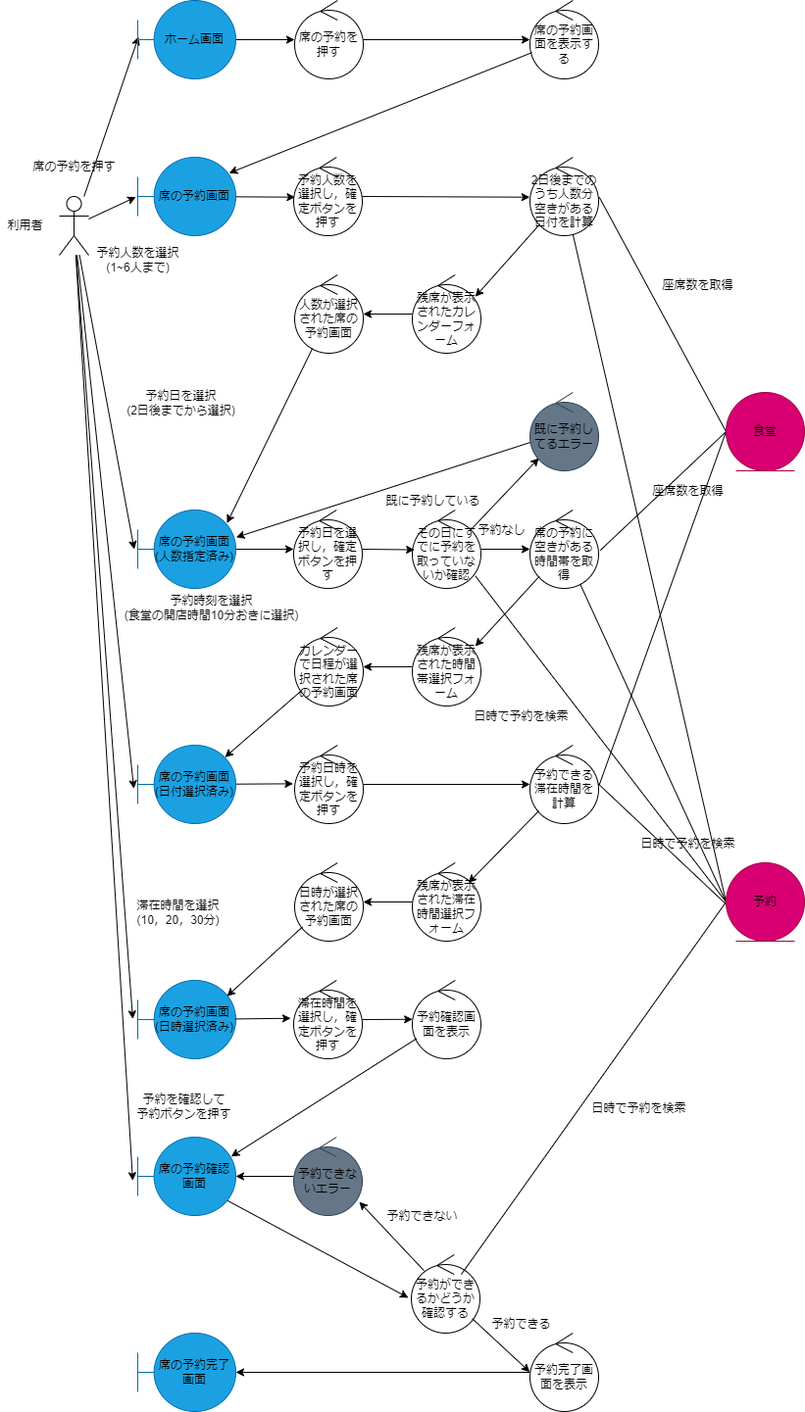
10matcho27/Avengers keeps this draw.io diagram as CaptainLunch/anarysis/img/robustness_user_reservation.png. Above is the earlier version. Source tidied: cells renumbered, new cells last; positions are measured from the earlier drawing's top-left corner, leaving out a move shared by most shapes.
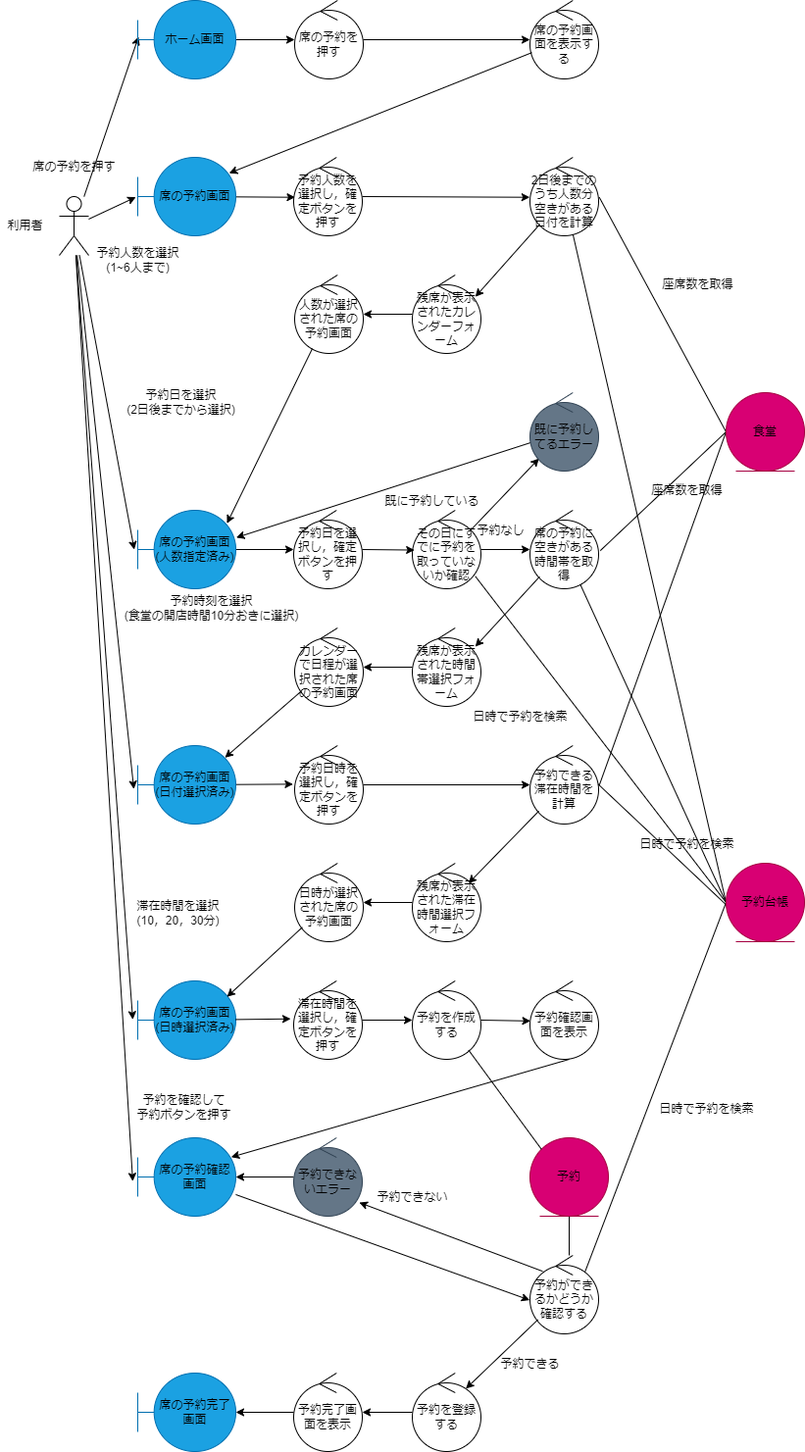
Above is the later version.

What changed in the source:
```diff
@@ -77,10 +77,10 @@
     <mxCell id="24" style="edgeStyle=none;shape=connector;curved=1;rounded=1;html=1;exitX=0;exitY=0.5;exitDx=0;exitDy=0;entryX=0.918;entryY=0.841;entryDx=0;entryDy=0;entryPerimeter=0;labelBackgroundColor=none;fontFamily=Helvetica;fontSize=12;fontColor=#000000;endArrow=none;endFill=0;strokeColor=#000000;" parent="1" edge="1" source="26" target="87">
       <mxGeometry relative="1" as="geometry" />
     </mxCell>
-    <mxCell id="25" style="edgeStyle=none;shape=connector;curved=1;rounded=1;html=1;exitX=0;exitY=0.5;exitDx=0;exitDy=0;entryX=0.729;entryY=0.25;entryDx=0;entryDy=0;entryPerimeter=0;labelBackgroundColor=none;fontFamily=Helvetica;fontSize=12;fontColor=#000000;endArrow=none;endFill=0;strokeColor=#000000;" parent="1" edge="1" source="26" target="64">
+    <mxCell id="25" style="edgeStyle=none;shape=connector;curved=1;rounded=1;html=1;exitX=0;exitY=0.5;exitDx=0;exitDy=0;entryX=0.806;entryY=0.201;entryDx=0;entryDy=0;entryPerimeter=0;labelBackgroundColor=none;fontFamily=Helvetica;fontSize=12;fontColor=#000000;endArrow=none;endFill=0;strokeColor=#000000;" parent="1" edge="1" source="26" target="64">
       <mxGeometry relative="1" as="geometry" />
     </mxCell>
-    <mxCell id="26" value="&lt;font color=&quot;#000000&quot;&gt;予約&lt;/font&gt;" style="ellipse;shape=umlEntity;whiteSpace=wrap;html=1;fontFamily=Helvetica;fontSize=12;fontColor=#ffffff;strokeColor=#A50040;fillColor=#d80073;" parent="1" vertex="1">
+    <mxCell id="26" value="&lt;font color=&quot;#000000&quot;&gt;予約台帳&lt;/font&gt;" style="ellipse;shape=umlEntity;whiteSpace=wrap;html=1;fontFamily=Helvetica;fontSize=12;fontColor=#ffffff;strokeColor=#A50040;fillColor=#d80073;" parent="1" vertex="1">
       <mxGeometry x="740" y="880" width="80" height="80" as="geometry" />
     </mxCell>
     <mxCell id="27" style="edgeStyle=none;shape=connector;curved=1;rounded=1;html=1;entryX=0.021;entryY=0.509;entryDx=0;entryDy=0;entryPerimeter=0;labelBackgroundColor=none;fontFamily=Helvetica;fontSize=12;fontColor=#000000;endArrow=classic;endFill=1;strokeColor=#000000;" parent="1" edge="1" source="28" target="77">
@@ -184,7 +184,7 @@
     <mxCell id="59" value="日時で予約を検索" style="edgeLabel;html=1;align=center;verticalAlign=middle;fontSize=12;fontFamily=Helvetica;fontColor=#000000;labelBackgroundColor=none;" parent="1" vertex="1">
       <mxGeometry x="700" y="860" as="geometry" />
     </mxCell>
-    <mxCell id="60" style="edgeStyle=none;shape=connector;curved=1;rounded=1;html=1;entryX=-0.044;entryY=0.549;entryDx=0;entryDy=0;entryPerimeter=0;labelBackgroundColor=none;fontFamily=Helvetica;fontSize=12;fontColor=#000000;endArrow=classic;endFill=1;strokeColor=#000000;exitX=0.911;exitY=0.807;exitDx=0;exitDy=0;exitPerimeter=0;" parent="1" edge="1" source="61" target="64">
+    <mxCell id="60" style="edgeStyle=none;shape=connector;curved=1;rounded=1;html=1;entryX=-0.004;entryY=0.57;entryDx=0;entryDy=0;entryPerimeter=0;labelBackgroundColor=none;fontFamily=Helvetica;fontSize=12;fontColor=#000000;endArrow=classic;endFill=1;strokeColor=#000000;" parent="1" edge="1" source="61" target="64">
       <mxGeometry relative="1" as="geometry" />
     </mxCell>
     <mxCell id="61" value="&lt;font color=&quot;#000000&quot;&gt;席の予約確認画面&lt;br&gt;&lt;/font&gt;" style="shape=umlBoundary;whiteSpace=wrap;html=1;fillColor=#1ba1e2;fontColor=#ffffff;strokeColor=#006EAF;" parent="1" vertex="1">
@@ -193,11 +193,11 @@
     <mxCell id="62" style="edgeStyle=none;shape=connector;curved=1;rounded=1;html=1;entryX=0.956;entryY=0.826;entryDx=0;entryDy=0;entryPerimeter=0;labelBackgroundColor=none;fontFamily=Helvetica;fontSize=12;fontColor=#000000;endArrow=classic;endFill=1;strokeColor=#000000;exitX=0.184;exitY=0.202;exitDx=0;exitDy=0;exitPerimeter=0;" parent="1" edge="1" source="64" target="66">
       <mxGeometry relative="1" as="geometry" />
     </mxCell>
-    <mxCell id="63" style="edgeStyle=none;shape=connector;curved=1;rounded=1;html=1;entryX=-0.003;entryY=0.496;entryDx=0;entryDy=0;entryPerimeter=0;labelBackgroundColor=none;fontFamily=Helvetica;fontSize=12;fontColor=#000000;endArrow=classic;endFill=1;strokeColor=#000000;" parent="1" edge="1" source="64" target="72">
-      <mxGeometry relative="1" as="geometry" />
-    </mxCell>
+    <mxCell id="92" style="edgeStyle=none;shape=connector;curved=1;rounded=1;html=1;entryX=0.78;entryY=0.199;entryDx=0;entryDy=0;entryPerimeter=0;labelBackgroundColor=none;fontFamily=Helvetica;fontSize=12;fontColor=#000000;endArrow=classic;endFill=1;strokeColor=#000000;" parent="1" edge="1" source="64" target="99">
+      <mxGeometry relative="1" as="geometry" />
+    </mxCell>
     <mxCell id="64" value="予約ができるかどうか確認する" style="ellipse;shape=umlControl;whiteSpace=wrap;html=1;labelBackgroundColor=none;fontFamily=Helvetica;fontSize=12;fontColor=#000000;fillColor=none;gradientColor=none;strokeColor=#000000;" parent="1" vertex="1">
-      <mxGeometry x="419" y="1280" width="70" height="80" as="geometry" />
+      <mxGeometry x="540" y="1280" width="70" height="80" as="geometry" />
     </mxCell>
     <mxCell id="65" style="edgeStyle=none;shape=connector;curved=1;rounded=1;html=1;labelBackgroundColor=none;fontFamily=Helvetica;fontSize=12;fontColor=#000000;endArrow=classic;endFill=1;strokeColor=#000000;" parent="1" edge="1" source="66" target="61">
       <mxGeometry relative="1" as="geometry" />
@@ -206,13 +206,13 @@
       <mxGeometry x="299" y="1160" width="70" height="80" as="geometry" />
     </mxCell>
     <mxCell id="67" value="予約できない" style="edgeLabel;html=1;align=center;verticalAlign=middle;fontSize=12;fontFamily=Helvetica;fontColor=#000000;labelBackgroundColor=none;" parent="1" vertex="1">
-      <mxGeometry x="429" y="1240" as="geometry" />
+      <mxGeometry x="420" y="1220" as="geometry" />
     </mxCell>
-    <mxCell id="68" style="edgeStyle=none;shape=connector;curved=1;rounded=1;html=1;entryX=0.953;entryY=0.247;entryDx=0;entryDy=0;entryPerimeter=0;labelBackgroundColor=none;fontFamily=Helvetica;fontSize=12;fontColor=#000000;endArrow=classic;endFill=1;strokeColor=#000000;" parent="1" edge="1" source="69" target="61">
+    <mxCell id="68" style="edgeStyle=none;shape=connector;curved=1;rounded=1;html=1;entryX=0.953;entryY=0.247;entryDx=0;entryDy=0;entryPerimeter=0;labelBackgroundColor=none;fontFamily=Helvetica;fontSize=12;fontColor=#000000;endArrow=classic;endFill=1;strokeColor=#000000;exitX=0.571;exitY=1;exitDx=0;exitDy=0;exitPerimeter=0;" parent="1" edge="1" source="69" target="61">
       <mxGeometry relative="1" as="geometry" />
     </mxCell>
     <mxCell id="69" value="予約確認画面を表示" style="ellipse;shape=umlControl;whiteSpace=wrap;html=1;labelBackgroundColor=none;fontFamily=Helvetica;fontSize=12;fontColor=#000000;fillColor=none;gradientColor=none;strokeColor=#000000;" parent="1" vertex="1">
-      <mxGeometry x="420" y="1000" width="70" height="80" as="geometry" />
+      <mxGeometry x="540" y="1000" width="70" height="80" as="geometry" />
     </mxCell>
     <mxCell id="70" value="予約を確認して&lt;br&gt;予約ボタンを押す" style="edgeLabel;html=1;align=center;verticalAlign=middle;fontSize=12;fontFamily=Helvetica;fontColor=#000000;labelBackgroundColor=none;" parent="1" vertex="1">
       <mxGeometry x="200" y="1130" as="geometry">
@@ -223,16 +223,16 @@
       <mxGeometry relative="1" as="geometry" />
     </mxCell>
     <mxCell id="72" value="予約完了画面を表示" style="ellipse;shape=umlControl;whiteSpace=wrap;html=1;labelBackgroundColor=none;fontFamily=Helvetica;fontSize=12;fontColor=#000000;fillColor=none;gradientColor=none;strokeColor=#000000;" parent="1" vertex="1">
-      <mxGeometry x="540" y="1360" width="70" height="80" as="geometry" />
+      <mxGeometry x="299" y="1400" width="70" height="80" as="geometry" />
     </mxCell>
     <mxCell id="73" value="予約できる" style="edgeLabel;html=1;align=center;verticalAlign=middle;fontSize=12;fontFamily=Helvetica;fontColor=#000000;labelBackgroundColor=none;" parent="1" vertex="1">
-      <mxGeometry x="530" y="1350" as="geometry" />
+      <mxGeometry x="540" y="1390" as="geometry" />
     </mxCell>
     <mxCell id="74" value="&lt;font color=&quot;#000000&quot;&gt;席の予約完了画面&lt;br&gt;&lt;/font&gt;" style="shape=umlBoundary;whiteSpace=wrap;html=1;fillColor=#1ba1e2;fontColor=#ffffff;strokeColor=#006EAF;" parent="1" vertex="1">
-      <mxGeometry x="140" y="1360" width="100" height="80" as="geometry" />
+      <mxGeometry x="140" y="1400" width="100" height="80" as="geometry" />
     </mxCell>
     <mxCell id="75" value="日時で予約を検索" style="edgeLabel;html=1;align=center;verticalAlign=middle;fontSize=12;fontFamily=Helvetica;fontColor=#000000;labelBackgroundColor=none;" parent="1" vertex="1">
-      <mxGeometry x="650" y="1130" as="geometry" />
+      <mxGeometry x="720" y="1130" as="geometry" />
     </mxCell>
     <mxCell id="76" style="edgeStyle=none;shape=connector;curved=1;rounded=1;html=1;entryX=-0.003;entryY=0.509;entryDx=0;entryDy=0;entryPerimeter=0;labelBackgroundColor=none;fontFamily=Helvetica;fontSize=12;fontColor=#000000;endArrow=classic;endFill=1;strokeColor=#000000;" parent="1" edge="1" source="77" target="47">
       <mxGeometry relative="1" as="geometry" />
@@ -252,7 +252,7 @@
     <mxCell id="81" value="予約日時を選択し，確定ボタンを押す" style="ellipse;shape=umlControl;whiteSpace=wrap;html=1;fontColor=#000000;strokeColor=#000000;fillColor=none;" parent="1" vertex="1">
       <mxGeometry x="300" y="760" width="70" height="80" as="geometry" />
     </mxCell>
-    <mxCell id="82" style="edgeStyle=none;shape=connector;curved=1;rounded=1;html=1;entryX=0.002;entryY=0.497;entryDx=0;entryDy=0;entryPerimeter=0;labelBackgroundColor=none;fontFamily=Helvetica;fontSize=12;fontColor=#000000;endArrow=classic;endFill=1;strokeColor=#000000;" parent="1" edge="1" source="83" target="69">
+    <mxCell id="82" style="edgeStyle=none;shape=connector;curved=1;rounded=1;html=1;entryX=0;entryY=0.5;entryDx=0;entryDy=0;entryPerimeter=0;labelBackgroundColor=none;fontFamily=Helvetica;fontSize=12;fontColor=#000000;endArrow=classic;endFill=1;strokeColor=#000000;" parent="1" edge="1" source="83" target="97">
       <mxGeometry relative="1" as="geometry" />
     </mxCell>
     <mxCell id="83" value="滞在時間を選択し，確定ボタンを押す" style="ellipse;shape=umlControl;whiteSpace=wrap;html=1;fontColor=#000000;strokeColor=#000000;fillColor=none;" parent="1" vertex="1">
@@ -282,5 +282,28 @@
     <mxCell id="91" value="予約なし" style="edgeLabel;html=1;align=center;verticalAlign=middle;fontSize=12;fontFamily=Helvetica;fontColor=#000000;labelBackgroundColor=none;" parent="1" vertex="1">
       <mxGeometry x="510" y="540" as="geometry" />
     </mxCell>
+    <mxCell id="93" style="edgeStyle=none;shape=connector;curved=1;rounded=1;html=1;exitX=0.5;exitY=1;exitDx=0;exitDy=0;labelBackgroundColor=none;fontFamily=Helvetica;fontSize=12;fontColor=#000000;endArrow=none;endFill=0;strokeColor=#000000;" parent="1" edge="1" source="94">
+      <mxGeometry relative="1" as="geometry">
+        <mxPoint x="580" y="1280" as="targetPoint" />
+      </mxGeometry>
+    </mxCell>
+    <mxCell id="94" value="&lt;font color=&quot;#000000&quot;&gt;予約&lt;/font&gt;" style="ellipse;shape=umlEntity;whiteSpace=wrap;html=1;fontFamily=Helvetica;fontSize=12;fontColor=#ffffff;strokeColor=#A50040;fillColor=#d80073;" parent="1" vertex="1">
+      <mxGeometry x="540" y="1160" width="80" height="80" as="geometry" />
+    </mxCell>
+    <mxCell id="95" style="edgeStyle=none;shape=connector;curved=1;rounded=1;html=1;entryX=0.008;entryY=0.511;entryDx=0;entryDy=0;entryPerimeter=0;labelBackgroundColor=none;fontFamily=Helvetica;fontSize=12;fontColor=#000000;endArrow=classic;endFill=1;strokeColor=#000000;" parent="1" edge="1" source="97" target="69">
+      <mxGeometry relative="1" as="geometry" />
+    </mxCell>
+    <mxCell id="96" style="edgeStyle=none;shape=connector;curved=1;rounded=1;html=1;entryX=0;entryY=0;entryDx=0;entryDy=0;labelBackgroundColor=none;fontFamily=Helvetica;fontSize=12;fontColor=#000000;endArrow=none;endFill=0;strokeColor=#000000;" parent="1" edge="1" source="97" target="94">
+      <mxGeometry relative="1" as="geometry" />
+    </mxCell>
+    <mxCell id="97" value="予約を作成する" style="ellipse;shape=umlControl;whiteSpace=wrap;html=1;fontColor=#000000;strokeColor=#000000;fillColor=none;" parent="1" vertex="1">
+      <mxGeometry x="420" y="1000" width="70" height="80" as="geometry" />
+    </mxCell>
+    <mxCell id="98" style="edgeStyle=none;shape=connector;curved=1;rounded=1;html=1;labelBackgroundColor=none;fontFamily=Helvetica;fontSize=12;fontColor=#000000;endArrow=classic;endFill=1;strokeColor=#000000;" parent="1" edge="1" source="99" target="72">
+      <mxGeometry relative="1" as="geometry" />
+    </mxCell>
+    <mxCell id="99" value="予約を登録する" style="ellipse;shape=umlControl;whiteSpace=wrap;html=1;labelBackgroundColor=none;fontFamily=Helvetica;fontSize=12;fontColor=#000000;fillColor=none;gradientColor=none;strokeColor=#000000;" parent="1" vertex="1">
+      <mxGeometry x="420" y="1400" width="70" height="80" as="geometry" />
+    </mxCell>
   </root>
 </mxGraphModel>
```
